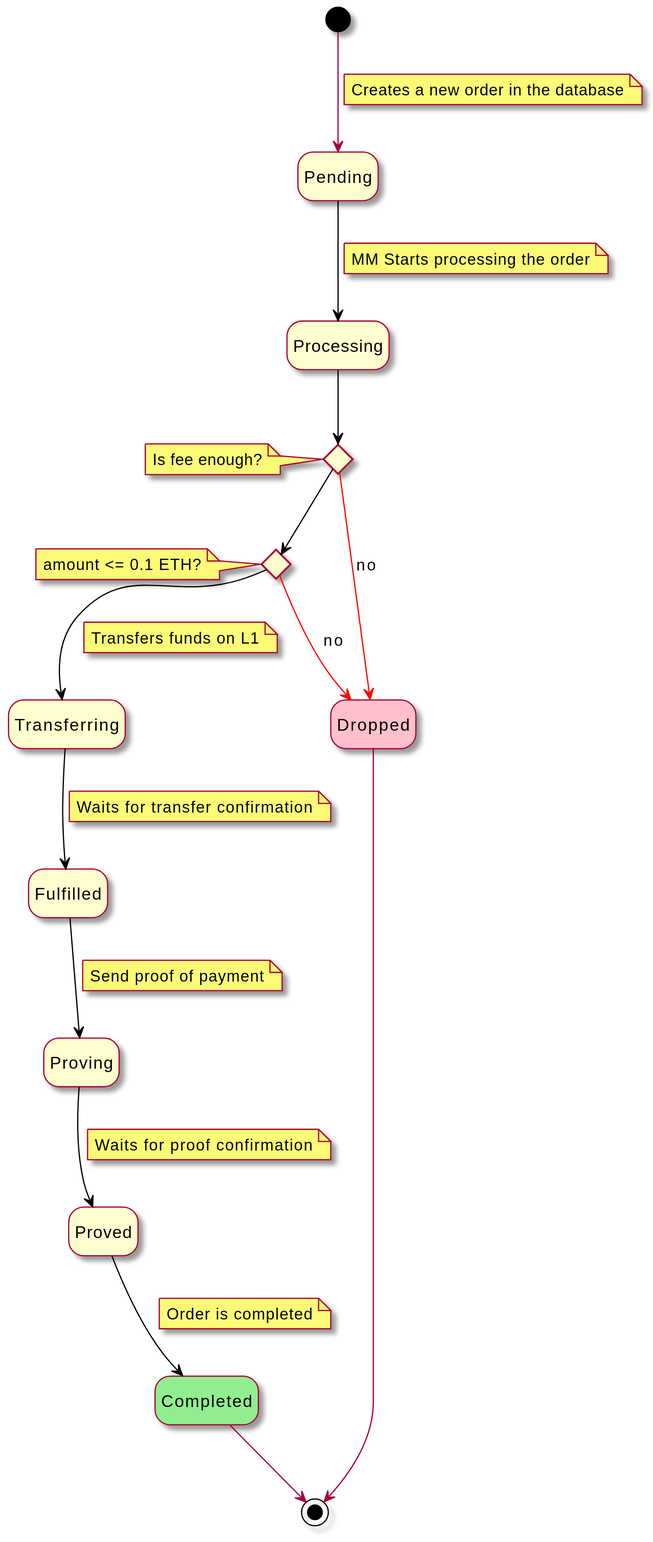
This is mm-bot/docs/images/state_diagram.svg from yetanotherco/yet-another-bridge, a PlantUML export, as it was before one commit. Source of this version:
```plantuml
@startuml
skin rose
hide empty description

State Pending
State Processing
State Transferring
State Fulfilled
State Proving
State Proved
State Completed #lightgreen
State Dropped #pink

[*] -d-> Pending
note on link
  Creates a new order in the database
end note

Pending -d[#black]-> Processing
note on link
  MM Starts processing the order
end note

State CheckFee <<choice>>
note left of CheckFee
    Is fee enough?
end note
State CheckAmount <<choice>>
note left of CheckAmount
    amount <= 0.1 ETH?
end note
Processing -d[#black]-> CheckFee
CheckFee -[#black]-> CheckAmount
CheckFee -r[#red]-> Dropped : no

CheckAmount -d[#black]-> Transferring
note on link
  Transfers funds on L1
end note
CheckAmount -d[#red]-> Dropped : no

Transferring -d[#black]-> Fulfilled
note on link
  Waits for transfer confirmation
end note

Fulfilled -d[#black]-> Proving
note on link
  Send proof of payment
end note

Proving -d[#black]-> Proved
note on link
  Waits for proof confirmation
end note

Proved -d[#black]-> Completed
note on link
  Order is completed
end note

Completed -d-> [*]
Dropped --> [*]
@enduml
```
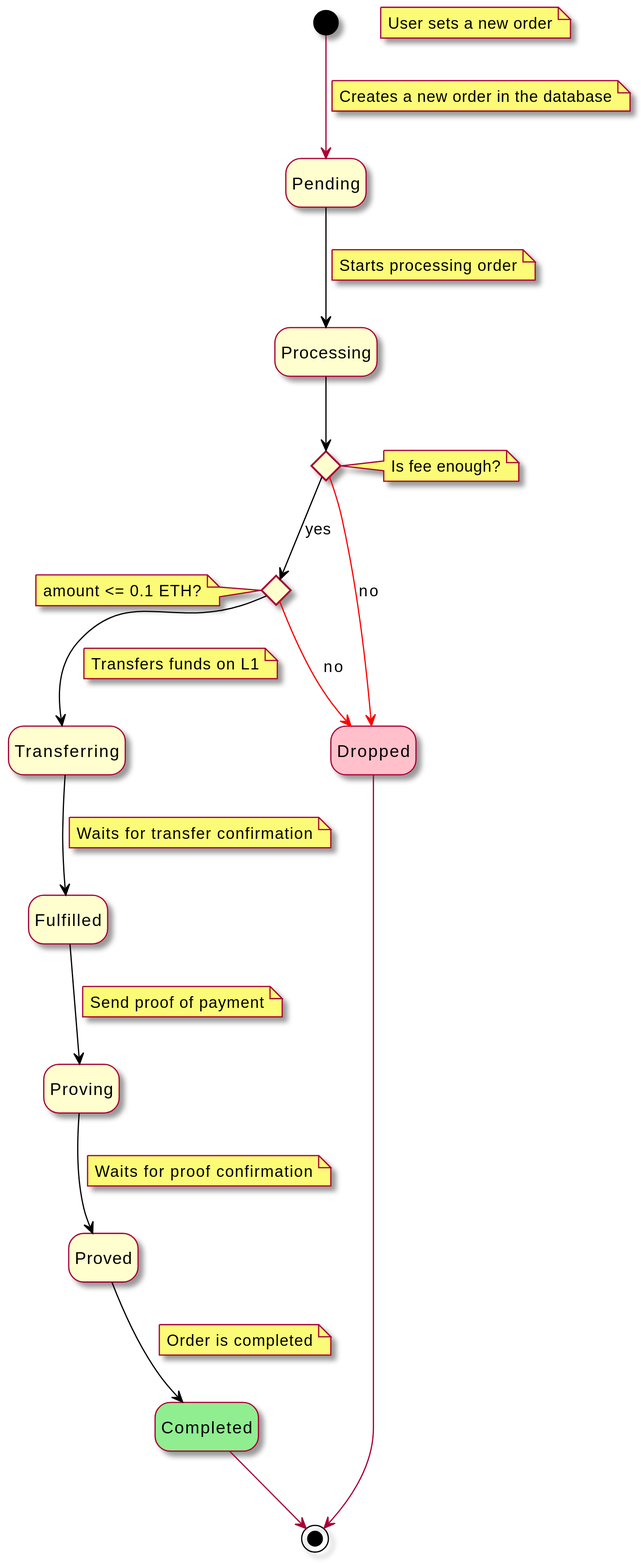
After the commit.

Commit message:
docs(mm-bots): update state diagram

Change to the diagram source:
```diff
@@ -11,6 +11,7 @@
 State Completed #lightgreen
 State Dropped #pink
 
+note "User sets a new order" as N1
 [*] -d-> Pending
 note on link
   Creates a new order in the database
@@ -18,11 +19,11 @@
 
 Pending -d[#black]-> Processing
 note on link
-  MM Starts processing the order
+  Starts processing order
 end note
 
 State CheckFee <<choice>>
-note left of CheckFee
+note right of CheckFee
     Is fee enough?
 end note
 State CheckAmount <<choice>>
@@ -30,10 +31,10 @@
     amount <= 0.1 ETH?
 end note
 Processing -d[#black]-> CheckFee
-CheckFee -[#black]-> CheckAmount
+CheckFee -[#black]-> CheckAmount : yes
 CheckFee -r[#red]-> Dropped : no
 
-CheckAmount -d[#black]-> Transferring
+CheckAmount -[#black]-> Transferring
 note on link
   Transfers funds on L1
 end note
```
